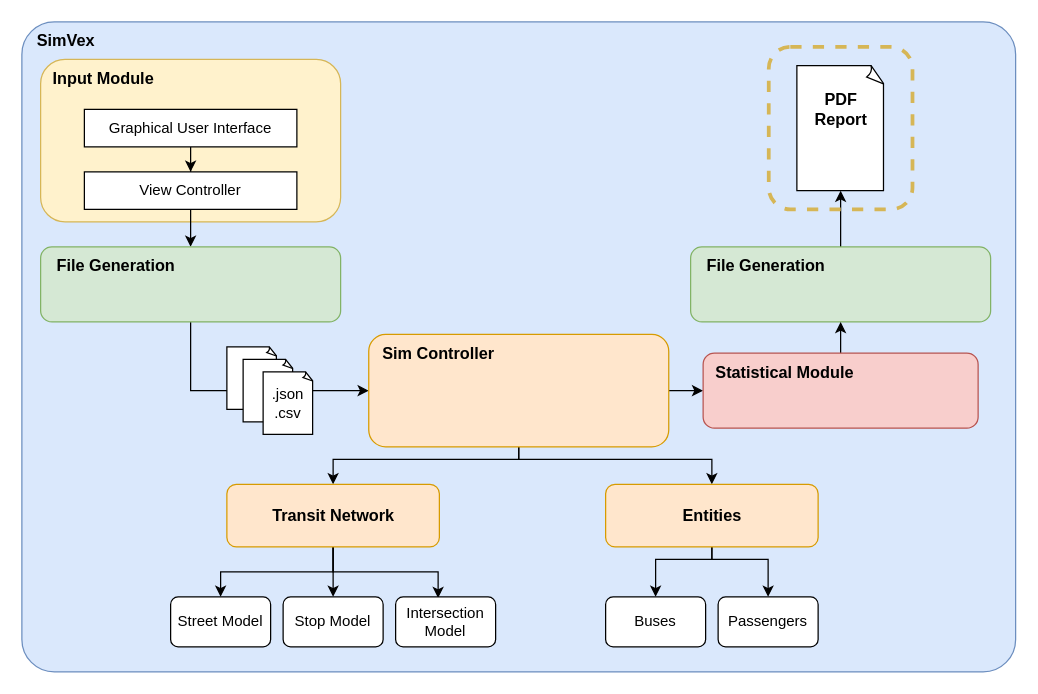
Above: page "Architecture" (1 of 7) of Documentation/Diagrams.drawio in SebastianGonzalezRP/SimVex (draw.io), before the change. Source tidied: cells renumbered, new cells numbered last; positions are measured from the earlier drawing's top-left corner, leaving out a move shared by most shapes. Both pictures are drawn from the tidied source at 125%, with x=0, y=0 at pixel (21, 21).
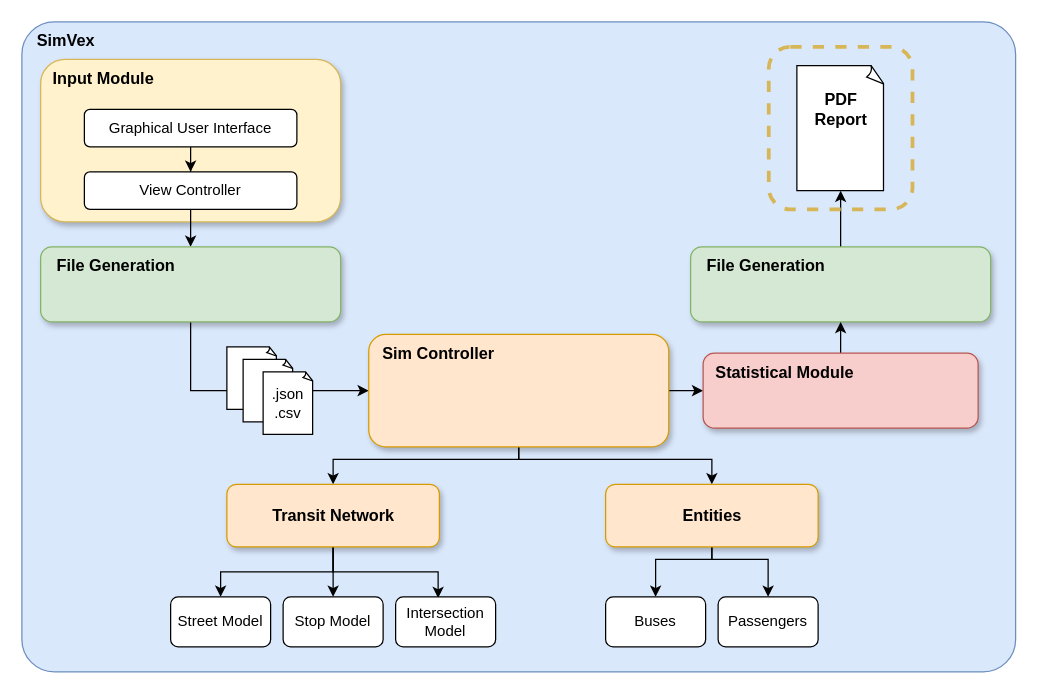
After the change.

Diff of the diagram source:
```diff
@@
-    <mxCell id="3" style="rounded=1;whiteSpace=wrap;html=1;fillColor=#fff2cc;strokeColor=#d6b656;" parent="1" vertex="1">
+    <mxCell id="3" style="rounded=1;whiteSpace=wrap;html=1;fillColor=#fff2cc;strokeColor=#d6b656;shadow=1;" parent="1" vertex="1">
       <mxGeometry x="15" y="30" width="240" height="130" as="geometry" />
     </mxCell>
@@
-    <mxCell id="7" value="Graphical User Interface" style="rounded=0;whiteSpace=wrap;html=1;" parent="1" vertex="1">
+    <mxCell id="7" value="Graphical User Interface" style="rounded=1;whiteSpace=wrap;html=1;glass=0;shadow=0;" parent="1" vertex="1">
       <mxGeometry x="50" y="70" width="170" height="30" as="geometry" />
     </mxCell>
@@
-    <mxCell id="9" value="View Controller" style="rounded=0;whiteSpace=wrap;html=1;" parent="1" vertex="1">
+    <mxCell id="9" value="View Controller" style="rounded=1;whiteSpace=wrap;html=1;" parent="1" vertex="1">
       <mxGeometry x="50" y="120" width="170" height="30" as="geometry" />
     </mxCell>
@@
-    <mxCell id="11" style="rounded=1;whiteSpace=wrap;html=1;fillColor=#d5e8d4;strokeColor=#82b366;" parent="1" vertex="1">
+    <mxCell id="11" style="rounded=1;whiteSpace=wrap;html=1;fillColor=#d5e8d4;strokeColor=#82b366;shadow=1;" parent="1" vertex="1">
       <mxGeometry x="15" y="180" width="240" height="60" as="geometry" />
     </mxCell>
@@
-    <mxCell id="16" style="rounded=1;whiteSpace=wrap;html=1;fillColor=#ffe6cc;strokeColor=#d79b00;" parent="1" vertex="1">
+    <mxCell id="16" style="rounded=1;whiteSpace=wrap;html=1;fillColor=#ffe6cc;strokeColor=#d79b00;shadow=1;" parent="1" vertex="1">
       <mxGeometry x="277.5" y="250" width="240" height="90" as="geometry" />
     </mxCell>
@@
-    <mxCell id="21" style="rounded=1;whiteSpace=wrap;html=1;fillColor=#ffe6cc;strokeColor=#d79b00;" parent="1" vertex="1">
+    <mxCell id="21" style="rounded=1;whiteSpace=wrap;html=1;fillColor=#ffe6cc;strokeColor=#d79b00;shadow=1;" parent="1" vertex="1">
       <mxGeometry x="164" y="370" width="170" height="50" as="geometry" />
     </mxCell>
@@
-    <mxCell id="26" style="rounded=1;whiteSpace=wrap;html=1;fillColor=#ffe6cc;strokeColor=#d79b00;" parent="1" vertex="1">
+    <mxCell id="26" style="rounded=1;whiteSpace=wrap;html=1;fillColor=#ffe6cc;strokeColor=#d79b00;shadow=1;" parent="1" vertex="1">
       <mxGeometry x="467" y="370" width="170" height="50" as="geometry" />
     </mxCell>
@@
-    <mxCell id="33" style="rounded=1;whiteSpace=wrap;html=1;fillColor=#d5e8d4;strokeColor=#82b366;" parent="1" vertex="1">
+    <mxCell id="33" style="rounded=1;whiteSpace=wrap;html=1;fillColor=#d5e8d4;strokeColor=#82b366;shadow=1;" parent="1" vertex="1">
       <mxGeometry x="535" y="180" width="240" height="60" as="geometry" />
     </mxCell>
@@
-    <mxCell id="36" style="rounded=1;whiteSpace=wrap;html=1;fillColor=#f8cecc;strokeColor=#b85450;" parent="1" vertex="1">
+    <mxCell id="36" style="rounded=1;whiteSpace=wrap;html=1;fillColor=#f8cecc;strokeColor=#b85450;shadow=1;" parent="1" vertex="1">
       <mxGeometry x="545" y="265" width="220" height="60" as="geometry" />
     </mxCell>
```
